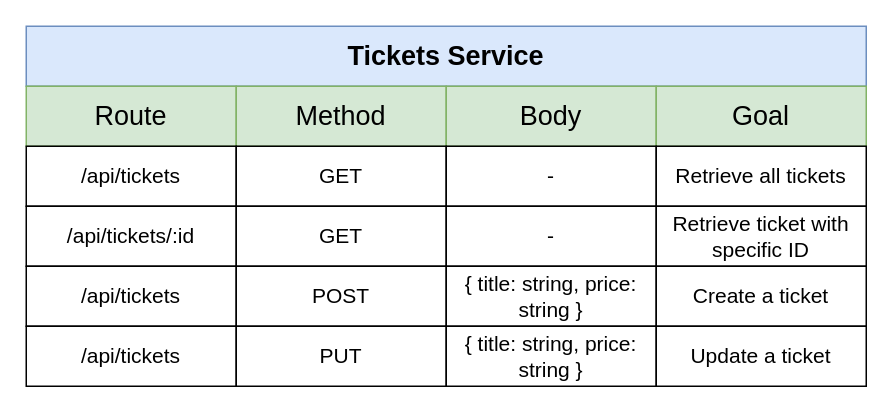
HappySuzuki/microservices-cast keeps this draw.io diagram as page "01 - tik" (1 of 6) of diagrams/05/10.drawio. Above is the earlier version. Source tidied: cells renumbered, new cells numbered last; positions are measured from the earlier drawing's top-left corner, leaving out a move shared by most shapes. Both pictures are drawn from the tidied source at 150%, with x=0, y=0 at pixel (26, 26).
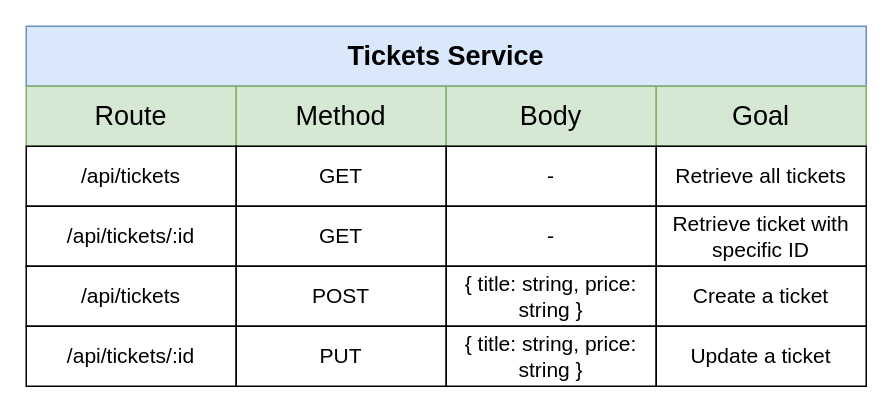
The same page after the edit.

Change to the diagram source:
```diff
@@
-    <mxCell id="19" value="/api/tickets" style="rounded=0;whiteSpace=wrap;html=1;fontSize=14;" parent="1" vertex="1">
+    <mxCell id="19" value="/api/tickets/:id" style="rounded=0;whiteSpace=wrap;html=1;fontSize=14;" parent="1" vertex="1">
       <mxGeometry y="200" width="140" height="40" as="geometry" />
     </mxCell>
```
